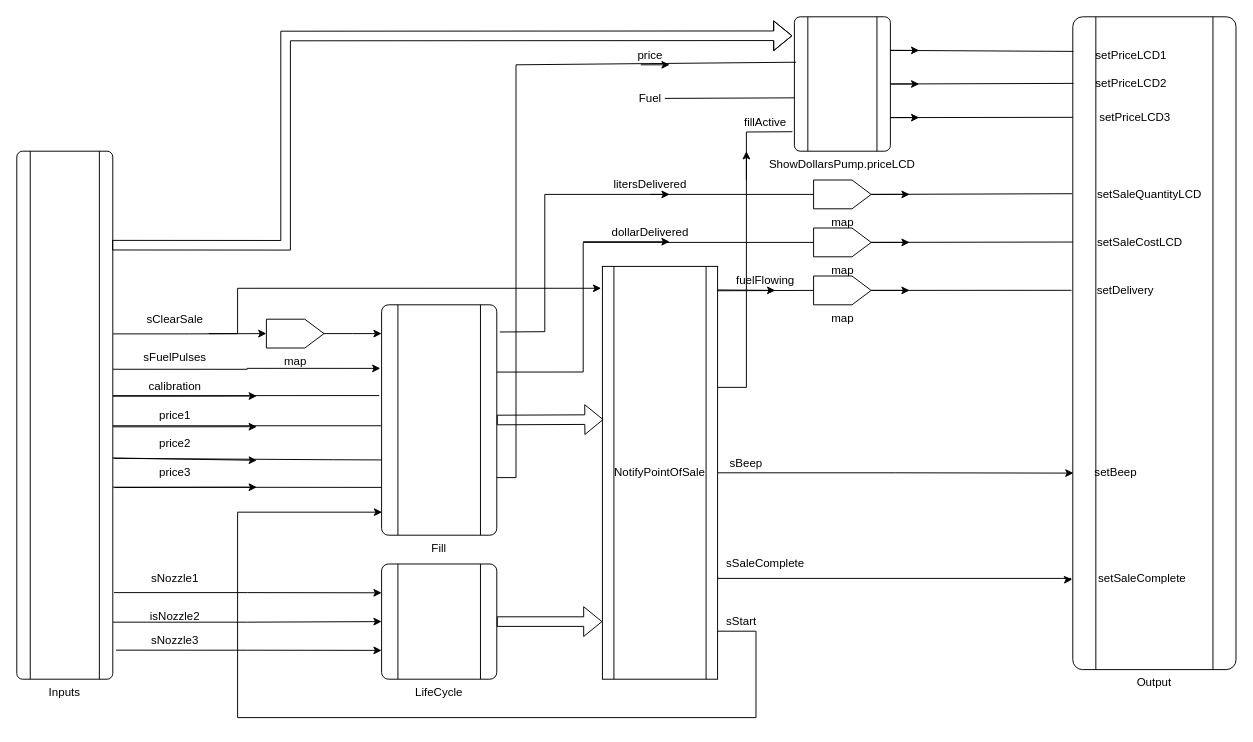
This is ClearSalePump.drawio from suzuki-taro-29/FRP-chap4-diagrams, a draw.io file, before an edit. Source tidied: cells renumbered, new cells numbered last; positions are measured from the earlier drawing's top-left corner, leaving out a move shared by most shapes. Both pictures are drawn from the tidied source at 96%, with x=0, y=0 at pixel (16, 16).
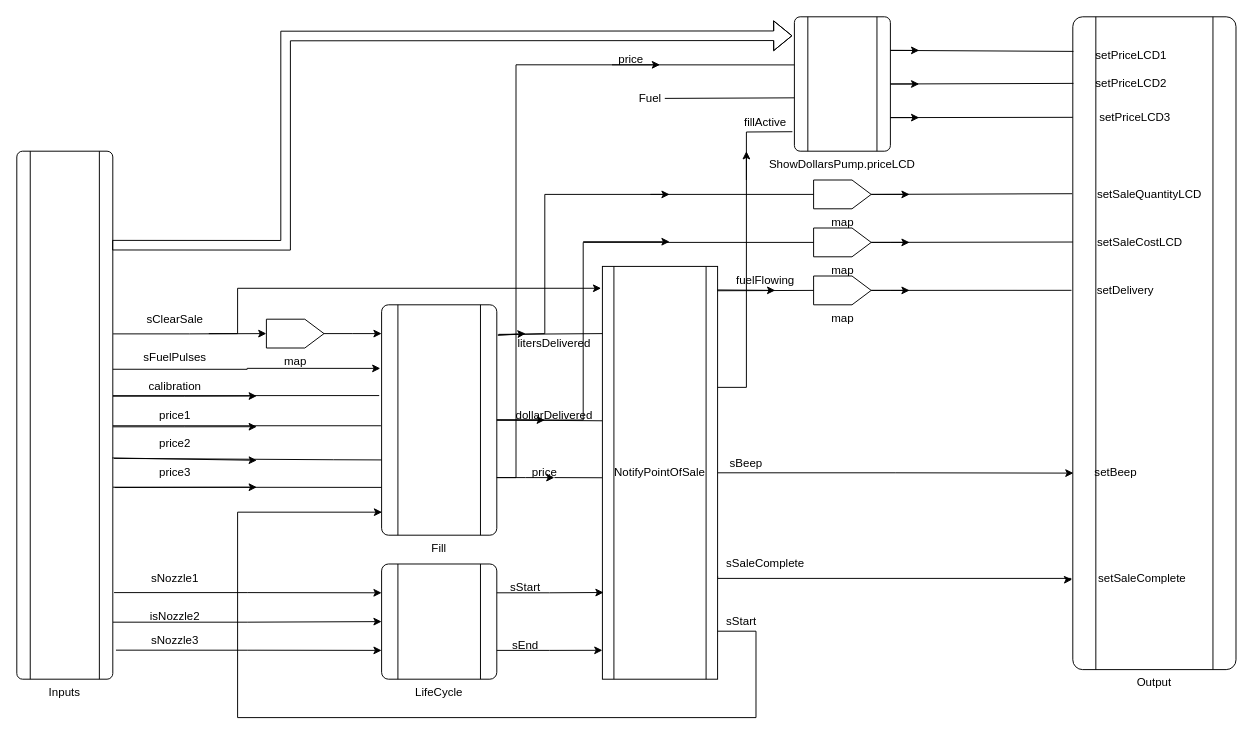
Above is the later version.

Commit message:
ClearSalePump.drawio を更新します

Unchanged cells that the change refers to:
```xml
<mxCell id="3" value="Fill" style="verticalLabelPosition=bottom;verticalAlign=top;html=1;shape=process;whiteSpace=wrap;rounded=1;size=0.14;arcSize=6;" parent="1" vertex="1">
  <mxGeometry x="380" y="300" width="120" height="240" as="geometry" />
</mxCell>
<mxCell id="6" value="NotifyPointOfSale" style="shape=process;whiteSpace=wrap;html=1;backgroundOutline=1;" parent="1" vertex="1">
  <mxGeometry x="610" y="260" width="120" height="430" as="geometry" />
</mxCell>
<mxCell id="27" value="LifeCycle" style="verticalLabelPosition=bottom;verticalAlign=top;html=1;shape=process;whiteSpace=wrap;rounded=1;size=0.14;arcSize=6;" parent="1" vertex="1">
  <mxGeometry x="380" y="570" width="120" height="120" as="geometry" />
</mxCell>
<mxCell id="41" value="ShowDollarsPump.priceLCD" style="verticalLabelPosition=bottom;verticalAlign=top;html=1;shape=process;whiteSpace=wrap;rounded=1;size=0.14;arcSize=6;" parent="1" vertex="1">
  <mxGeometry x="810" width="100" height="140" as="geometry" />
</mxCell>
<mxCell id="49" value="map" style="verticalLabelPosition=bottom;verticalAlign=top;html=1;shape=offPageConnector;rounded=0;size=0.33333333333333526;direction=north;" parent="1" vertex="1">
  <mxGeometry x="830" y="220" width="60" height="30" as="geometry" />
</mxCell>
```

Change to the diagram source:
```diff
@@
+    <mxCell id="83" style="edgeStyle=orthogonalEdgeStyle;rounded=0;jettySize=auto;html=1;exitX=1;exitY=0.5;exitDx=0;exitDy=0;" parent="1" edge="1" source="3">
+      <mxGeometry relative="1" as="geometry">
+        <mxPoint x="550" y="420.1" as="targetPoint" />
+      </mxGeometry>
+    </mxCell>
@@
-    <mxCell id="34" style="shape=flexArrow;endArrow=classic;html=1;rounded=0;exitX=1;exitY=0.5;exitDx=0;exitDy=0;" parent="1" edge="1" source="27">
-      <mxGeometry relative="1" as="geometry">
-        <mxPoint x="610" y="630" as="targetPoint" />
-      </mxGeometry>
-    </mxCell>
-    <mxCell id="35" style="shape=flexArrow;endArrow=classic;html=1;rounded=0;exitX=1;exitY=0.5;exitDx=0;exitDy=0;entryX=0.01;entryY=0.371;entryDx=0;entryDy=0;entryPerimeter=0;" parent="1" edge="1" source="3" target="6">
-      <mxGeometry relative="1" as="geometry" />
-    </mxCell>
@@
-    <mxCell id="59" style="endArrow=classic;html=1;rounded=0;exitX=1.026;exitY=0.118;exitDx=0;exitDy=0;exitPerimeter=0;" parent="1" edge="1" source="3">
+    <mxCell id="59" style="endArrow=classic;html=1;rounded=0;exitX=1.008;exitY=0.131;exitDx=0;exitDy=0;exitPerimeter=0;" parent="1" edge="1" source="3">
       <mxGeometry relative="1" as="geometry">
         <mxPoint x="680" y="185" as="targetPoint" />
         <Array as="points">
-          <mxPoint x="550" y="328" />
+          <mxPoint x="550" y="330" />
           <mxPoint x="550" y="185" />
         </Array>
       </mxGeometry>
     </mxCell>
@@
-    <mxCell id="61" style="endArrow=none;html=1;rounded=0;entryX=0.5;entryY=0;entryDx=0;entryDy=0;exitX=1;exitY=0.292;exitDx=0;exitDy=0;exitPerimeter=0;" parent="1" edge="1" source="3" target="49">
+    <mxCell id="61" style="endArrow=none;html=1;rounded=0;entryX=0.5;entryY=0;entryDx=0;entryDy=0;exitX=1;exitY=0.5;exitDx=0;exitDy=0;" parent="1" edge="1" source="3" target="49">
       <mxGeometry relative="1" as="geometry">
         <Array as="points">
-          <mxPoint x="590" y="370" />
+          <mxPoint x="590" y="420" />
           <mxPoint x="590" y="235" />
         </Array>
       </mxGeometry>
     </mxCell>
@@
     <mxCell id="63" value="dollarDelivered" style="text;html=1;align=center;verticalAlign=middle;whiteSpace=wrap;rounded=0;" parent="1" vertex="1">
-      <mxGeometry x="630" y="210" width="60" height="30" as="geometry" />
+      <mxGeometry x="530" y="400" width="60" height="30" as="geometry" />
     </mxCell>
     <mxCell id="64" value="litersDelivered" style="text;html=1;align=center;verticalAlign=middle;whiteSpace=wrap;rounded=0;" parent="1" vertex="1">
-      <mxGeometry x="630" y="160" width="60" height="30" as="geometry" />
+      <mxGeometry x="530" y="325" width="60" height="30" as="geometry" />
     </mxCell>
-    <mxCell id="65" style="endArrow=none;html=1;rounded=0;entryX=0.017;entryY=0.338;entryDx=0;entryDy=0;entryPerimeter=0;exitX=1;exitY=0.75;exitDx=0;exitDy=0;" parent="1" edge="1" source="3" target="41">
+    <mxCell id="65" style="endArrow=none;html=1;rounded=0;entryX=-0.001;entryY=0.358;entryDx=0;entryDy=0;entryPerimeter=0;exitX=1;exitY=0.75;exitDx=0;exitDy=0;" parent="1" edge="1" source="3" target="41">
       <mxGeometry relative="1" as="geometry">
         <Array as="points">
           <mxPoint x="520" y="480" />
           <mxPoint x="520" y="50" />
         </Array>
       </mxGeometry>
     </mxCell>
     <mxCell id="66" value="price" style="text;html=1;align=center;verticalAlign=middle;whiteSpace=wrap;rounded=0;" parent="1" vertex="1">
-      <mxGeometry x="630" y="25" width="60" height="30" as="geometry" />
+      <mxGeometry x="520" y="460" width="60" height="30" as="geometry" />
     </mxCell>
-    <mxCell id="67" style="endArrow=classic;html=1;rounded=0;" parent="1" edge="1">
-      <mxGeometry relative="1" as="geometry">
-        <mxPoint x="650" y="50" as="sourcePoint" />
-        <mxPoint x="680" y="50" as="targetPoint" />
-        <Array as="points">
-          <mxPoint x="670" y="50" />
-        </Array>
-      </mxGeometry>
-    </mxCell>
@@
+    <mxCell id="84" style="edgeStyle=orthogonalEdgeStyle;rounded=0;jettySize=auto;html=1;exitX=1;exitY=0.25;exitDx=0;exitDy=0;entryX=0.01;entryY=0.79;entryDx=0;entryDy=0;entryPerimeter=0;" parent="1" edge="1" source="27" target="6">
+      <mxGeometry relative="1" as="geometry" />
+    </mxCell>
+    <mxCell id="85" style="edgeStyle=orthogonalEdgeStyle;rounded=0;jettySize=auto;html=1;exitX=1;exitY=0.75;exitDx=0;exitDy=0;entryX=0;entryY=0.93;entryDx=0;entryDy=0;entryPerimeter=0;" parent="1" edge="1" source="27" target="6">
+      <mxGeometry relative="1" as="geometry" />
+    </mxCell>
+    <mxCell id="86" value="sStart" style="text;html=1;align=center;verticalAlign=middle;whiteSpace=wrap;rounded=0;" parent="1" vertex="1">
+      <mxGeometry x="500" y="580" width="60" height="30" as="geometry" />
+    </mxCell>
+    <mxCell id="87" value="sEnd" style="text;html=1;align=center;verticalAlign=middle;whiteSpace=wrap;rounded=0;" parent="1" vertex="1">
+      <mxGeometry x="500" y="640" width="60" height="30" as="geometry" />
+    </mxCell>
+    <mxCell id="88" style="edgeStyle=orthogonalEdgeStyle;rounded=0;jettySize=auto;html=1;exitX=1;exitY=0.75;exitDx=0;exitDy=0;" parent="1" edge="1" source="3">
+      <mxGeometry relative="1" as="geometry">
+        <mxPoint x="560" y="480" as="targetPoint" />
+      </mxGeometry>
+    </mxCell>
+    <mxCell id="89" style="endArrow=none;html=1;rounded=0;entryX=-0.004;entryY=0.512;entryDx=0;entryDy=0;entryPerimeter=0;" parent="1" edge="1" target="6">
+      <mxGeometry relative="1" as="geometry">
+        <mxPoint x="560" y="480" as="sourcePoint" />
+      </mxGeometry>
+    </mxCell>
+    <mxCell id="90" style="endArrow=none;html=1;rounded=0;entryX=-0.017;entryY=0.161;entryDx=0;entryDy=0;entryPerimeter=0;" parent="1" edge="1">
+      <mxGeometry relative="1" as="geometry">
+        <mxPoint x="502" y="330.8" as="sourcePoint" />
+        <mxPoint x="610" y="330" as="targetPoint" />
+      </mxGeometry>
+    </mxCell>
+    <mxCell id="35" style="endArrow=none;html=1;rounded=0;exitX=1;exitY=0.5;exitDx=0;exitDy=0;entryX=-0.002;entryY=0.374;entryDx=0;entryDy=0;entryPerimeter=0;" parent="1" edge="1" source="3" target="6">
+      <mxGeometry relative="1" as="geometry" />
+    </mxCell>
+    <mxCell id="91" style="endArrow=classic;html=1;rounded=0;exitX=1.01;exitY=0.132;exitDx=0;exitDy=0;exitPerimeter=0;" parent="1" edge="1" source="3">
+      <mxGeometry relative="1" as="geometry">
+        <mxPoint x="530" y="330" as="targetPoint" />
+      </mxGeometry>
+    </mxCell>
+    <mxCell id="92" style="endArrow=classic;html=1;rounded=0;" parent="1" edge="1">
+      <mxGeometry relative="1" as="geometry">
+        <mxPoint x="620" y="50" as="sourcePoint" />
+        <mxPoint x="670" y="50" as="targetPoint" />
+      </mxGeometry>
+    </mxCell>
+    <mxCell id="93" value="price" style="text;html=1;align=center;verticalAlign=middle;whiteSpace=wrap;rounded=0;" parent="1" vertex="1">
+      <mxGeometry x="610" y="30" width="60" height="30" as="geometry" />
+    </mxCell>
```
